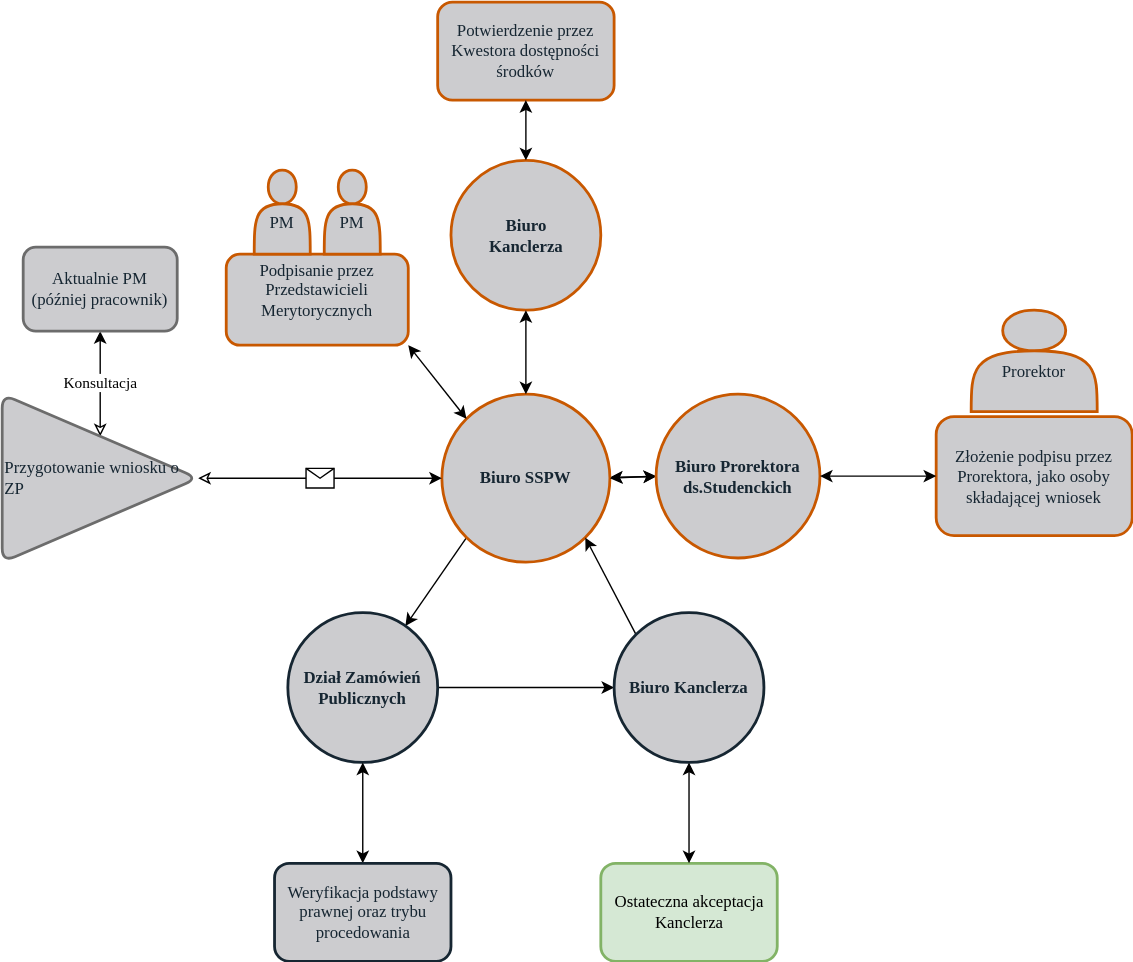
WelfareUnit/rysunki keeps this draw.io diagram as Rysunek ZP.svg. Above is the earlier version. Source tidied: cells renumbered, new cells last; positions are measured from the earlier drawing's top-left corner, leaving out a move shared by most shapes.
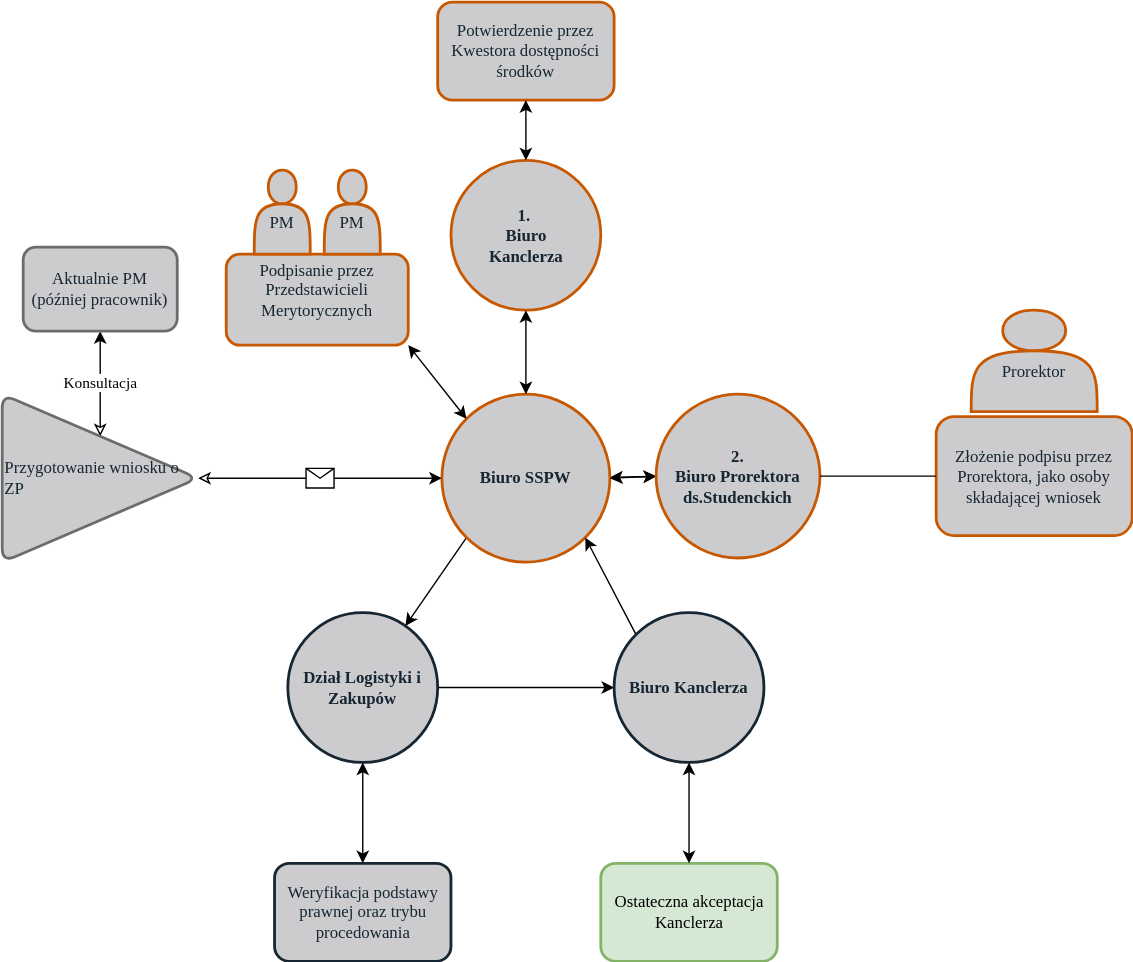
Above is the later version.

Diff of the diagram source:
```diff
@@ -37,7 +37,7 @@
     <mxCell id="12" style="endArrow=classic;startArrow=classic;html=1;fontFamily=Verdana;fontSize=12;fontColor=#162632;entryX=1;entryY=0.5;entryDx=0;entryDy=0;exitX=0;exitY=0.5;exitDx=0;exitDy=0;" parent="1" edge="1" source="17" target="6">
       <mxGeometry relative="1" as="geometry" />
     </mxCell>
-    <mxCell id="13" value="&lt;div&gt;Biuro&lt;/div&gt;&lt;div&gt;Kanclerza&lt;/div&gt;" style="ellipse;whiteSpace=wrap;html=1;rounded=1;fontFamily=Verdana;fontSize=12;fontColor=#162632;strokeColor=#C85800;strokeWidth=2;fillColor=#CCCCCF;align=center;fontStyle=1;" parent="1" vertex="1">
+    <mxCell id="13" value="&lt;div&gt;1.&amp;nbsp;&lt;/div&gt;&lt;div&gt;Biuro&lt;/div&gt;&lt;div&gt;Kanclerza&lt;/div&gt;" style="ellipse;whiteSpace=wrap;html=1;rounded=1;fontFamily=Verdana;fontSize=12;fontColor=#162632;strokeColor=#C85800;strokeWidth=2;fillColor=#CCCCCF;align=center;fontStyle=1;" parent="1" vertex="1">
       <mxGeometry x="320.5" y="113" width="107" height="107" as="geometry" />
     </mxCell>
     <mxCell id="14" style="endArrow=classic;startArrow=classic;html=1;fontFamily=Verdana;fontSize=12;fontColor=#162632;exitX=0.5;exitY=0;exitDx=0;exitDy=0;entryX=0.5;entryY=1;entryDx=0;entryDy=0;" parent="1" edge="1" source="6" target="13">
@@ -49,13 +49,13 @@
     <mxCell id="16" style="endArrow=classic;startArrow=classic;html=1;fontFamily=Verdana;fontSize=12;fontColor=#162632;exitX=0.5;exitY=0;exitDx=0;exitDy=0;entryX=0.5;entryY=1;entryDx=0;entryDy=0;" parent="1" edge="1" source="13" target="15">
       <mxGeometry relative="1" as="geometry" />
     </mxCell>
-    <mxCell id="17" value="Biuro Prorektora ds.Studenckich" style="ellipse;whiteSpace=wrap;html=1;rounded=1;fontFamily=Verdana;fontSize=12;fontColor=#162632;strokeColor=#C85800;strokeWidth=2;fillColor=#CCCCCF;align=center;fontStyle=1;" parent="1" vertex="1">
+    <mxCell id="17" value="&lt;div&gt;2.&lt;/div&gt;&lt;div&gt;Biuro Prorektora ds.Studenckich&lt;/div&gt;" style="ellipse;whiteSpace=wrap;html=1;rounded=1;fontFamily=Verdana;fontSize=12;fontColor=#162632;strokeColor=#C85800;strokeWidth=2;fillColor=#CCCCCF;align=center;fontStyle=1;" parent="1" vertex="1">
       <mxGeometry x="467" y="280" width="117" height="117" as="geometry" />
     </mxCell>
     <mxCell id="18" value="Złożenie podpisu przez Prorektora, jako osoby składającej wniosek" style="rounded=1;whiteSpace=wrap;html=1;fontFamily=Verdana;fontSize=12;fontColor=#162632;strokeColor=#C85800;strokeWidth=2;fillColor=#CCCCCF;align=center;" parent="1" vertex="1">
       <mxGeometry x="667" y="296" width="140" height="85" as="geometry" />
     </mxCell>
-    <mxCell id="19" style="endArrow=classic;startArrow=classic;html=1;fontFamily=Verdana;fontSize=12;fontColor=#162632;entryX=1;entryY=0.5;entryDx=0;entryDy=0;exitX=0;exitY=0.5;exitDx=0;exitDy=0;" parent="1" edge="1" source="18" target="17">
+    <mxCell id="19" style="endArrow=none;startArrow=none;html=1;fontFamily=Verdana;fontSize=12;fontColor=#162632;entryX=1;entryY=0.5;entryDx=0;entryDy=0;exitX=0;exitY=0.5;exitDx=0;exitDy=0;startFill=0;endFill=0;" parent="1" edge="1" source="18" target="17">
       <mxGeometry relative="1" as="geometry" />
     </mxCell>
     <mxCell id="20" value="&lt;div&gt;&lt;br&gt;&lt;/div&gt;&lt;div&gt;Prorektor&lt;/div&gt;" style="shape=actor;whiteSpace=wrap;html=1;rounded=1;fontFamily=Verdana;fontSize=12;fontColor=#162632;strokeColor=#C85800;strokeWidth=2;fillColor=#CCCCCF;align=center;" parent="1" vertex="1">
@@ -64,7 +64,7 @@
     <mxCell id="21" style="edgeStyle=none;jettySize=auto;html=1;exitX=1;exitY=0.5;exitDx=0;exitDy=0;entryX=0;entryY=0.5;entryDx=0;entryDy=0;fontFamily=Verdana;fontSize=12;fontColor=#162632;startArrow=none;startFill=0;" parent="1" edge="1" source="22" target="24">
       <mxGeometry relative="1" as="geometry" />
     </mxCell>
-    <mxCell id="22" value="Dział Zamówień Publicznych" style="ellipse;whiteSpace=wrap;html=1;rounded=1;fontFamily=Verdana;fontSize=12;fontColor=#162632;strokeWidth=2;fillColor=#CCCCCF;align=center;fontStyle=1;strokeColor=#162632;" parent="1" vertex="1">
+    <mxCell id="22" value="Dział Logistyki i Zakupów" style="ellipse;whiteSpace=wrap;html=1;rounded=1;fontFamily=Verdana;fontSize=12;fontColor=#162632;strokeWidth=2;fillColor=#CCCCCF;align=center;fontStyle=1;strokeColor=#162632;" parent="1" vertex="1">
       <mxGeometry x="204" y="436" width="107" height="107" as="geometry" />
     </mxCell>
     <mxCell id="23" style="edgeStyle=none;jettySize=auto;html=1;exitX=0;exitY=0;exitDx=0;exitDy=0;entryX=1;entryY=1;entryDx=0;entryDy=0;fontFamily=Verdana;fontSize=12;fontColor=#162632;startArrow=none;startFill=0;" parent="1" edge="1" source="24" target="6">
```
